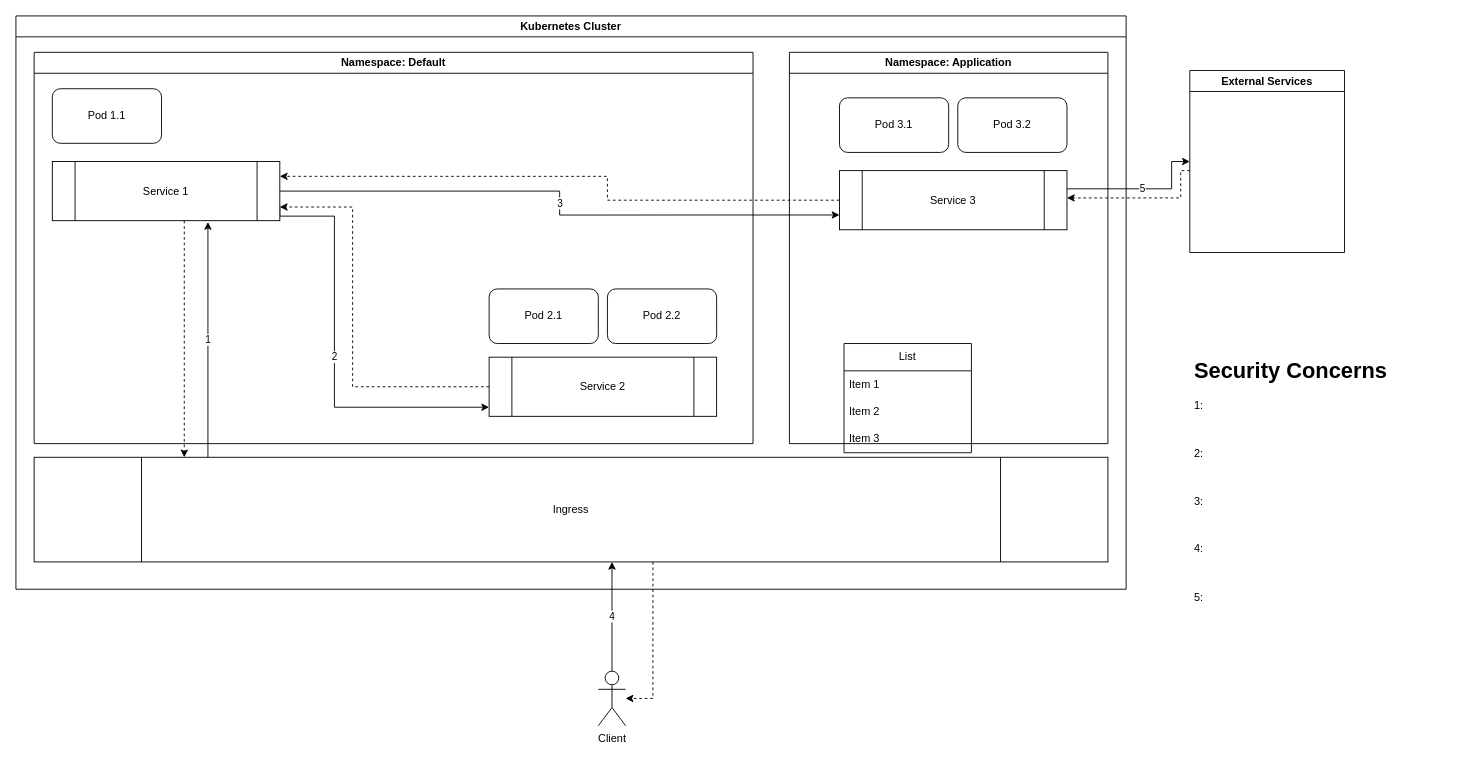
Earlier version of the draw.io diagram poc_istio_service_mesh.drawio (denise-khuu/architectures). Source tidied: cells renumbered, new cells numbered last; positions are measured from the earlier drawing's top-left corner, leaving out a move shared by most shapes. Both pictures are drawn from the tidied source at 91%, with x=0, y=0 at pixel (15, 15).
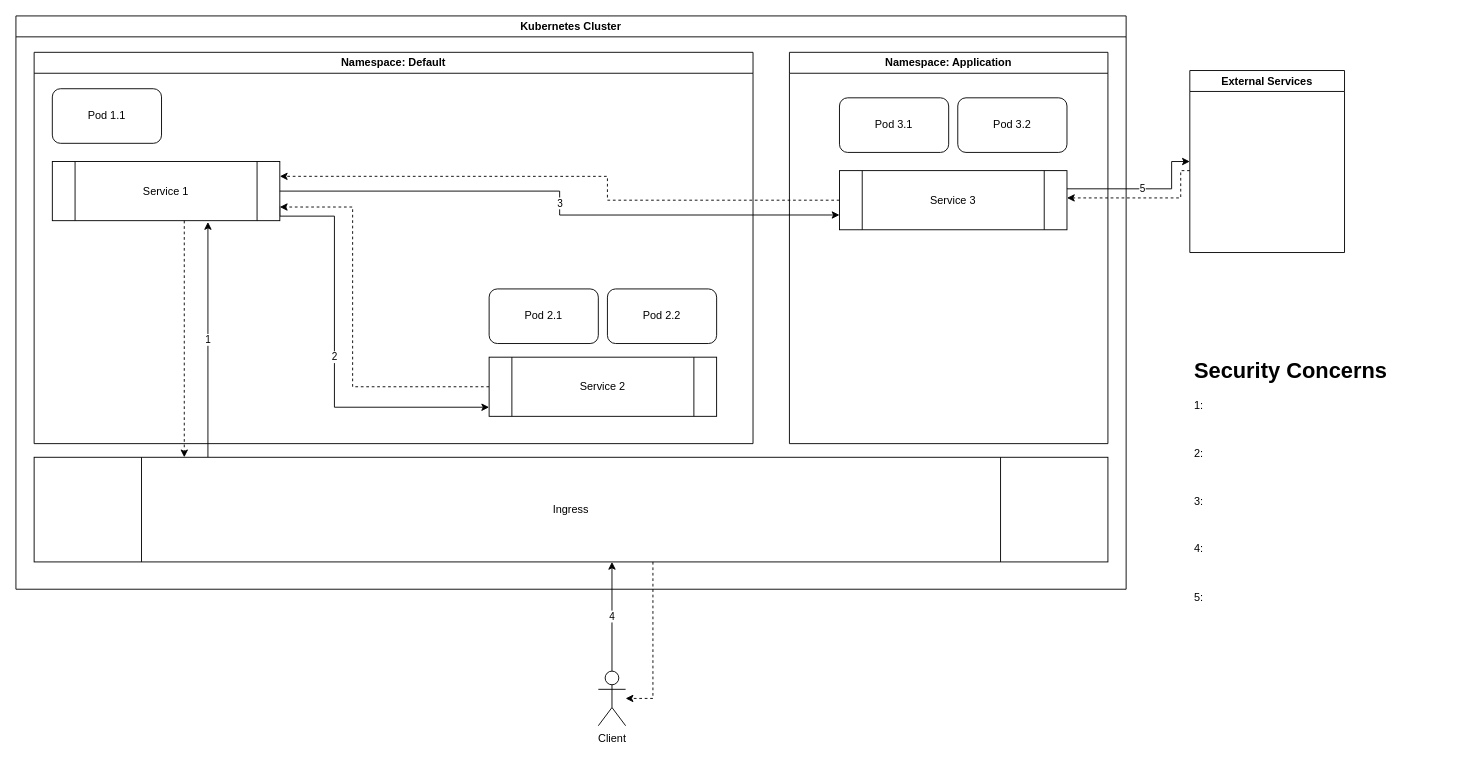
Above is the later version.

Change to the diagram source:
```diff
@@
-    <mxCell id="26" value="List" style="swimlane;fontStyle=0;horizontal=1;startSize=30;whiteSpace=wrap;html=1;" parent="1" vertex="1">
-      <mxGeometry x="910" y="360" width="140" height="120" as="geometry" />
-    </mxCell>
-    <mxCell id="27" value="Item 1" style="text;strokeColor=none;fillColor=none;align=left;verticalAlign=middle;spacingLeft=4;spacingRight=4;overflow=hidden;whiteSpace=wrap;html=1;" parent="26" vertex="1">
-      <mxGeometry y="30" width="140" height="30" as="geometry" />
-    </mxCell>
-    <mxCell id="28" value="Item 2" style="text;strokeColor=none;fillColor=none;align=left;verticalAlign=middle;spacingLeft=4;spacingRight=4;overflow=hidden;whiteSpace=wrap;html=1;" parent="26" vertex="1">
-      <mxGeometry y="60" width="140" height="30" as="geometry" />
-    </mxCell>
-    <mxCell id="29" value="Item 3" style="text;strokeColor=none;fillColor=none;align=left;verticalAlign=middle;spacingLeft=4;spacingRight=4;overflow=hidden;whiteSpace=wrap;html=1;" parent="26" vertex="1">
-      <mxGeometry y="90" width="140" height="30" as="geometry" />
-    </mxCell>
```
